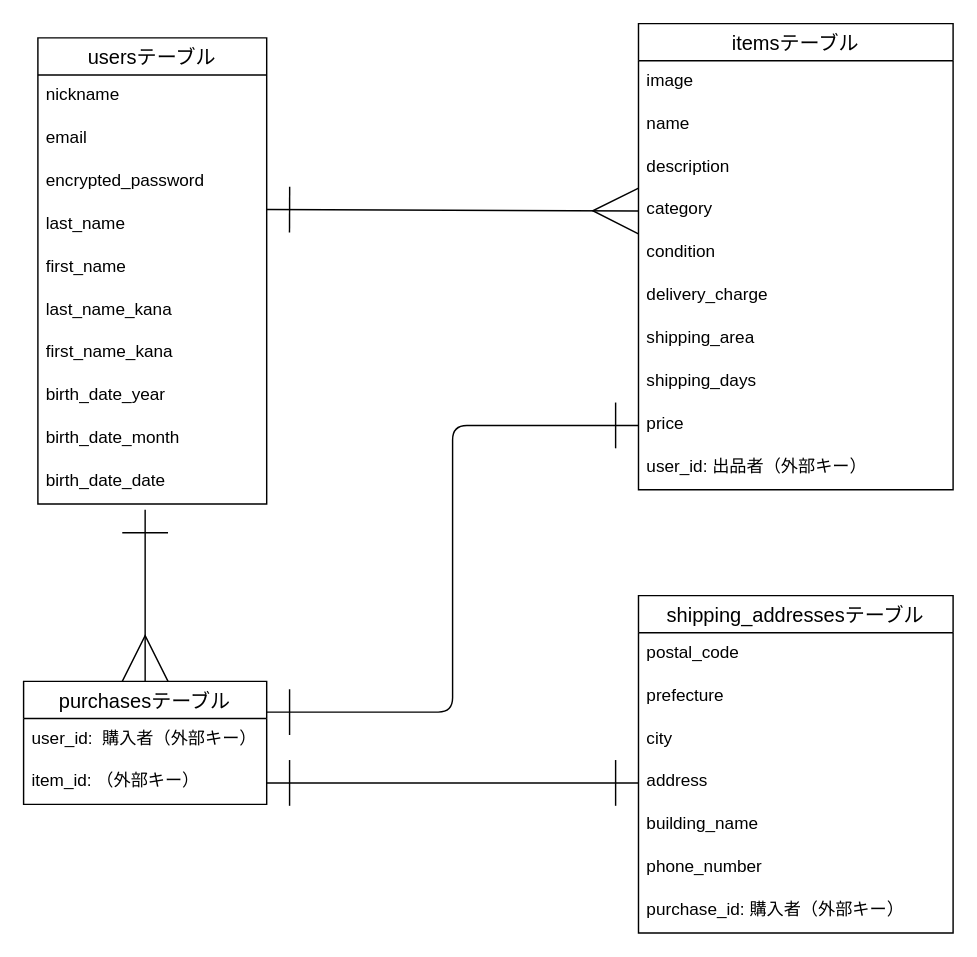
peppei20240408/furima-40840 keeps this draw.io diagram as E_R.dio. Above is the earlier version. Source tidied: cells renumbered, new cells numbered last; positions are measured from the earlier drawing's top-left corner, leaving out a move shared by most shapes. Both pictures are drawn from the tidied source at 143%, with x=0, y=0 at pixel (23, 23).
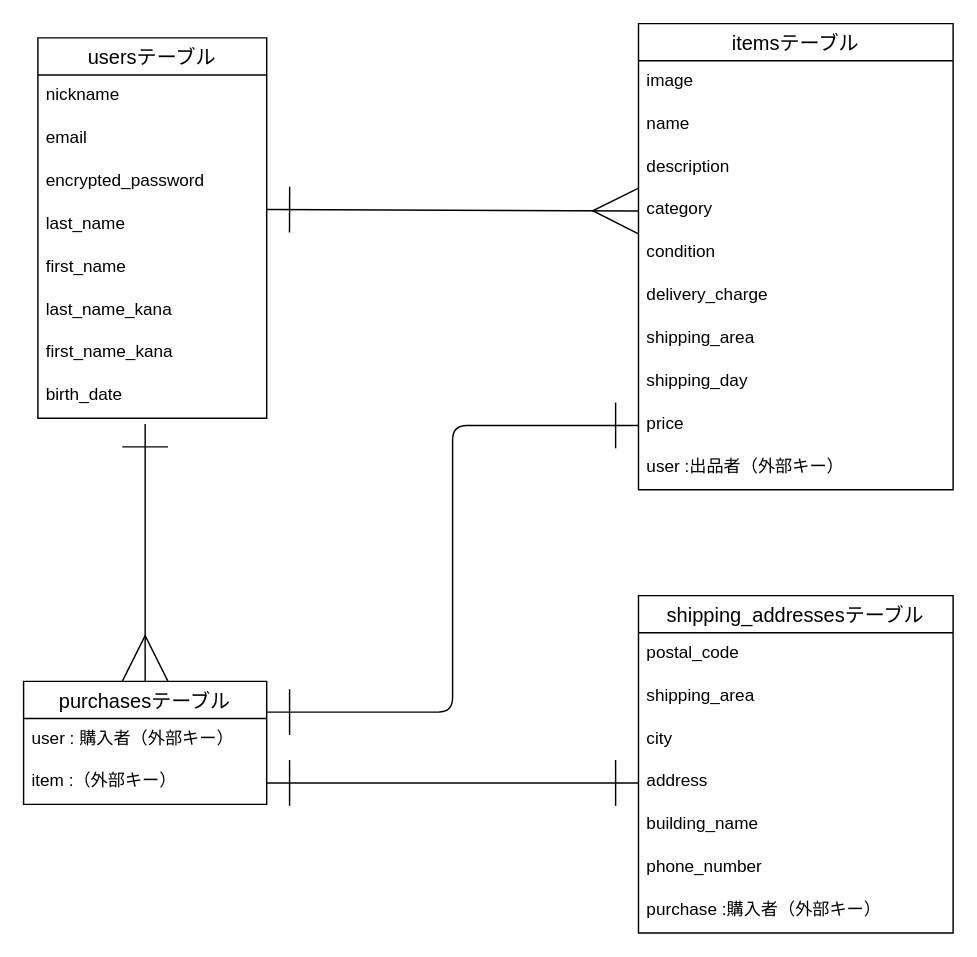
The same page after the edit.

Commit message (it also covers changes not shown here):
レビュアー指摘内容の修正

Unchanged cells that the change refers to:
```xml
<mxCell id="13" value="itemsテーブル" style="swimlane;fontStyle=0;horizontal=1;startSize=26;align=center;fontSize=14;" parent="1" vertex="1">
  <mxGeometry x="430" width="220" height="326" as="geometry" />
</mxCell>
<mxCell id="25" value="purchasesテーブル" style="swimlane;fontStyle=0;horizontal=1;startSize=26;align=center;fontSize=14;" parent="1" vertex="1">
  <mxGeometry y="460" width="170" height="86" as="geometry" />
</mxCell>
<mxCell id="28" value="shipping_addressesテーブル" style="swimlane;fontStyle=0;horizontal=1;startSize=26;align=center;fontSize=14;" parent="1" vertex="1">
  <mxGeometry x="430" y="400" width="220" height="236" as="geometry" />
</mxCell>
```

Diff of the diagram source:
```diff
@@
     <mxCell id="2" value="usersテーブル" style="swimlane;fontStyle=0;horizontal=1;startSize=26;align=center;fontSize=14;" parent="1" vertex="1">
-      <mxGeometry x="10" y="10" width="160" height="326" as="geometry" />
+      <mxGeometry x="10" y="10" width="160" height="266" as="geometry" />
     </mxCell>
@@
-    <mxCell id="10" value="birth_date_year" style="text;strokeColor=none;fillColor=none;spacingLeft=4;spacingRight=4;overflow=hidden;fontSize=12;" parent="2" vertex="1">
-      <mxGeometry y="236" width="160" height="30" as="geometry" />
-    </mxCell>
-    <mxCell id="11" value="birth_date_month" style="text;strokeColor=none;fillColor=none;spacingLeft=4;spacingRight=4;overflow=hidden;fontSize=12;" parent="2" vertex="1">
-      <mxGeometry y="266" width="160" height="30" as="geometry" />
+    <mxCell id="11" value="birth_date" style="text;strokeColor=none;fillColor=none;spacingLeft=4;spacingRight=4;overflow=hidden;fontSize=12;" parent="2" vertex="1">
+      <mxGeometry y="236" width="160" height="30" as="geometry" />
     </mxCell>
-    <mxCell id="12" value="birth_date_date" style="text;strokeColor=none;fillColor=none;spacingLeft=4;spacingRight=4;overflow=hidden;fontSize=12;" parent="2" vertex="1">
-      <mxGeometry y="296" width="160" height="30" as="geometry" />
-    </mxCell>
@@
-    <mxCell id="21" value="shipping_days" style="text;strokeColor=none;fillColor=none;spacingLeft=4;spacingRight=4;overflow=hidden;fontSize=12;" parent="13" vertex="1">
+    <mxCell id="21" value="shipping_day" style="text;strokeColor=none;fillColor=none;spacingLeft=4;spacingRight=4;overflow=hidden;fontSize=12;" parent="13" vertex="1">
       <mxGeometry y="236" width="220" height="30" as="geometry" />
     </mxCell>
@@
-    <mxCell id="23" value="user_id: 出品者（外部キー）" style="text;strokeColor=none;fillColor=none;spacingLeft=4;spacingRight=4;overflow=hidden;fontSize=12;" parent="13" vertex="1">
+    <mxCell id="23" value="user :出品者（外部キー）" style="text;strokeColor=none;fillColor=none;spacingLeft=4;spacingRight=4;overflow=hidden;fontSize=12;" parent="13" vertex="1">
       <mxGeometry y="296" width="220" height="30" as="geometry" />
     </mxCell>
@@
-    <mxCell id="26" value="user_id:  購入者（外部キー）" style="text;strokeColor=none;fillColor=none;spacingLeft=4;spacingRight=4;overflow=hidden;fontSize=12;" parent="25" vertex="1">
+    <mxCell id="26" value="user : 購入者（外部キー）" style="text;strokeColor=none;fillColor=none;spacingLeft=4;spacingRight=4;overflow=hidden;fontSize=12;" parent="25" vertex="1">
       <mxGeometry y="26" width="170" height="30" as="geometry" />
     </mxCell>
-    <mxCell id="27" value="item_id: （外部キー）" style="text;strokeColor=none;fillColor=none;spacingLeft=4;spacingRight=4;overflow=hidden;points=[[0,0.5],[1,0.5]];portConstraint=eastwest;fontSize=12;" parent="25" vertex="1">
+    <mxCell id="27" value="item :（外部キー）" style="text;strokeColor=none;fillColor=none;spacingLeft=4;spacingRight=4;overflow=hidden;points=[[0,0.5],[1,0.5]];portConstraint=eastwest;fontSize=12;" parent="25" vertex="1">
       <mxGeometry y="56" width="170" height="30" as="geometry" />
     </mxCell>
@@
-    <mxCell id="30" value="prefecture" style="text;strokeColor=none;fillColor=none;spacingLeft=4;spacingRight=4;overflow=hidden;fontSize=12;" parent="28" vertex="1">
+    <mxCell id="30" value="shipping_area" style="text;strokeColor=none;fillColor=none;spacingLeft=4;spacingRight=4;overflow=hidden;fontSize=12;" parent="28" vertex="1">
       <mxGeometry y="56" width="220" height="30" as="geometry" />
     </mxCell>
@@
-    <mxCell id="35" value="purchase_id: 購入者（外部キー）" style="text;strokeColor=none;fillColor=none;spacingLeft=4;spacingRight=4;overflow=hidden;fontSize=12;" parent="28" vertex="1">
+    <mxCell id="35" value="purchase :購入者（外部キー）" style="text;strokeColor=none;fillColor=none;spacingLeft=4;spacingRight=4;overflow=hidden;fontSize=12;" parent="28" vertex="1">
       <mxGeometry y="206" width="220" height="30" as="geometry" />
     </mxCell>
@@
     <mxCell id="38" style="html=1;entryX=0.5;entryY=0;entryDx=0;entryDy=0;startArrow=ERone;startFill=0;endArrow=ERmany;endFill=0;startSize=30;endSize=30;" parent="1" edge="1" target="25">
       <mxGeometry relative="1" as="geometry">
-        <mxPoint x="85" y="340" as="sourcePoint" />
+        <mxPoint x="85" y="280" as="sourcePoint" />
       </mxGeometry>
     </mxCell>
```
